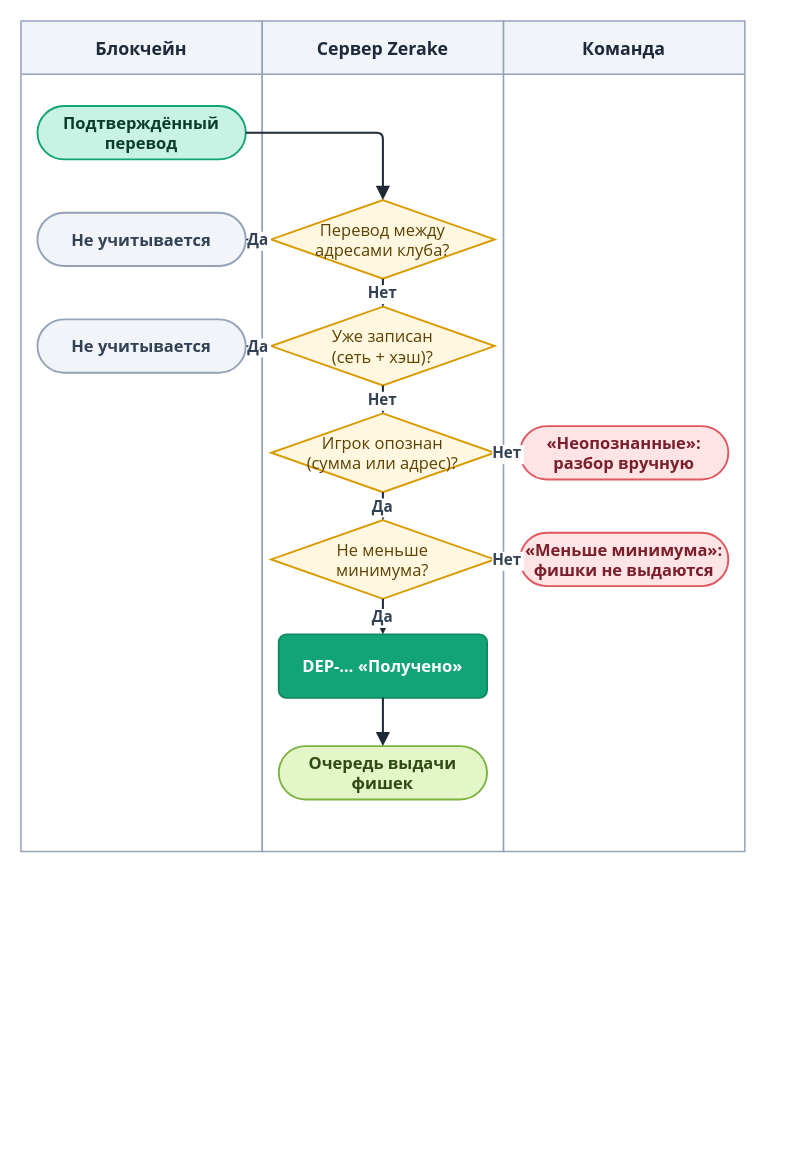
This is diagrams/drawio/detection.drawio from LILSUFFER/zerake-docs, a draw.io file, before an edit. Source tidied: cells renumbered, new cells numbered last; positions are measured from the earlier drawing's top-left corner, leaving out a move shared by most shapes. Both pictures are drawn from the tidied source at 127%, with x=0, y=0 at pixel (20, 20).
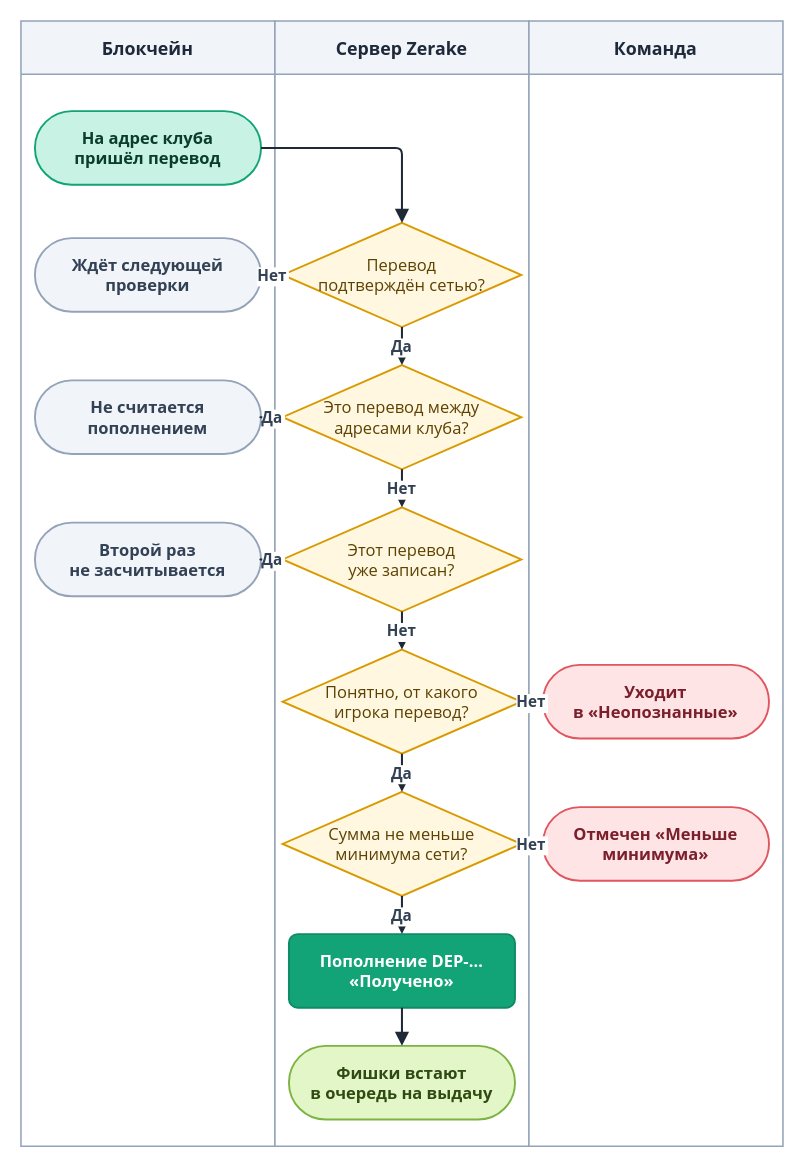
Above is the later version.

The edit, as a diff of the source:
```diff
@@
     <mxCell id="2" value="Блокчейн" style="swimlane;horizontal=1;startSize=42;fillColor=#F1F4F9;swimlaneFillColor=#FFFFFF;strokeColor=#94A3B8;fontColor=#1E293B;fontStyle=1;fontSize=14;fontFamily=Segoe UI;strokeWidth=1.2;" parent="1" vertex="1">
-      <mxGeometry width="190" height="654" as="geometry" />
+      <mxGeometry width="200" height="886" as="geometry" />
     </mxCell>
     <mxCell id="3" value="Сервер Zerake" style="swimlane;horizontal=1;startSize=42;fillColor=#F1F4F9;swimlaneFillColor=#FFFFFF;strokeColor=#94A3B8;fontColor=#1E293B;fontStyle=1;fontSize=14;fontFamily=Segoe UI;strokeWidth=1.2;" parent="1" vertex="1">
-      <mxGeometry x="190" width="190" height="654" as="geometry" />
+      <mxGeometry x="200" width="200" height="886" as="geometry" />
     </mxCell>
     <mxCell id="4" value="Команда" style="swimlane;horizontal=1;startSize=42;fillColor=#F1F4F9;swimlaneFillColor=#FFFFFF;strokeColor=#94A3B8;fontColor=#1E293B;fontStyle=1;fontSize=14;fontFamily=Segoe UI;strokeWidth=1.2;" parent="1" vertex="1">
-      <mxGeometry x="380" width="190" height="654" as="geometry" />
+      <mxGeometry x="400" width="200" height="886" as="geometry" />
     </mxCell>
-    <mxCell id="5" value="Подтверждённый&#10;перевод" style="rounded=1;arcSize=50;html=0;fontStyle=1;fillColor=#C7F2E4;strokeColor=#12A477;fontColor=#0B3D2C;fontFamily=Segoe UI;fontSize=13;strokeWidth=1.5;" parent="1" vertex="1">
-      <mxGeometry x="13" y="67" width="164" height="42" as="geometry" />
+    <mxCell id="5" value="На адрес клуба&#10;пришёл перевод" style="rounded=1;arcSize=50;html=0;fontStyle=1;fillColor=#C7F2E4;strokeColor=#12A477;fontColor=#0B3D2C;fontFamily=Segoe UI;fontSize=13;strokeWidth=1.5;" parent="1" vertex="1">
+      <mxGeometry x="11" y="71" width="178" height="58" as="geometry" />
     </mxCell>
+    <mxCell id="26" value="Перевод&#10;подтверждён сетью?" style="rhombus;html=0;fillColor=#FFF7E0;strokeColor=#D99A00;fontColor=#5C4100;fontFamily=Segoe UI;fontSize=13;strokeWidth=1.5;" parent="1" vertex="1">
+      <mxGeometry x="206" y="159" width="188" height="82" as="geometry" />
+    </mxCell>
+    <mxCell id="27" value="Ждёт следующей&#10;проверки" style="rounded=1;arcSize=50;html=0;fontStyle=1;fillColor=#F1F5F9;strokeColor=#94A3B8;fontColor=#334155;fontFamily=Segoe UI;fontSize=13;strokeWidth=1.5;" parent="1" vertex="1">
+      <mxGeometry x="11" y="171" width="178" height="58" as="geometry" />
+    </mxCell>
-    <mxCell id="6" value="Перевод между&#10;адресами клуба?" style="rhombus;html=0;fillColor=#FFF7E0;strokeColor=#D99A00;fontColor=#5C4100;fontFamily=Segoe UI;fontSize=13;strokeWidth=1.5;" parent="1" vertex="1">
-      <mxGeometry x="197" y="141" width="176" height="62" as="geometry" />
+    <mxCell id="6" value="Это перевод между&#10;адресами клуба?" style="rhombus;html=0;fillColor=#FFF7E0;strokeColor=#D99A00;fontColor=#5C4100;fontFamily=Segoe UI;fontSize=13;strokeWidth=1.5;" parent="1" vertex="1">
+      <mxGeometry x="206" y="271" width="188" height="82" as="geometry" />
     </mxCell>
-    <mxCell id="7" value="Не учитывается" style="rounded=1;arcSize=50;html=0;fontStyle=1;fillColor=#F1F5F9;strokeColor=#94A3B8;fontColor=#334155;fontFamily=Segoe UI;fontSize=13;strokeWidth=1.5;" parent="1" vertex="1">
-      <mxGeometry x="13" y="151" width="164" height="42" as="geometry" />
+    <mxCell id="7" value="Не считается&#10;пополнением" style="rounded=1;arcSize=50;html=0;fontStyle=1;fillColor=#F1F5F9;strokeColor=#94A3B8;fontColor=#334155;fontFamily=Segoe UI;fontSize=13;strokeWidth=1.5;" parent="1" vertex="1">
+      <mxGeometry x="11" y="283" width="178" height="58" as="geometry" />
     </mxCell>
-    <mxCell id="8" value="Уже записан&#10;(сеть + хэш)?" style="rhombus;html=0;fillColor=#FFF7E0;strokeColor=#D99A00;fontColor=#5C4100;fontFamily=Segoe UI;fontSize=13;strokeWidth=1.5;" parent="1" vertex="1">
-      <mxGeometry x="197" y="225" width="176" height="62" as="geometry" />
+    <mxCell id="8" value="Этот перевод&#10;уже записан?" style="rhombus;html=0;fillColor=#FFF7E0;strokeColor=#D99A00;fontColor=#5C4100;fontFamily=Segoe UI;fontSize=13;strokeWidth=1.5;" parent="1" vertex="1">
+      <mxGeometry x="206" y="383" width="188" height="82" as="geometry" />
     </mxCell>
-    <mxCell id="9" value="Не учитывается" style="rounded=1;arcSize=50;html=0;fontStyle=1;fillColor=#F1F5F9;strokeColor=#94A3B8;fontColor=#334155;fontFamily=Segoe UI;fontSize=13;strokeWidth=1.5;" parent="1" vertex="1">
-      <mxGeometry x="13" y="235" width="164" height="42" as="geometry" />
+    <mxCell id="9" value="Второй раз&#10;не засчитывается" style="rounded=1;arcSize=50;html=0;fontStyle=1;fillColor=#F1F5F9;strokeColor=#94A3B8;fontColor=#334155;fontFamily=Segoe UI;fontSize=13;strokeWidth=1.5;" parent="1" vertex="1">
+      <mxGeometry x="11" y="395" width="178" height="58" as="geometry" />
     </mxCell>
-    <mxCell id="10" value="Игрок опознан&#10;(сумма или адрес)?" style="rhombus;html=0;fillColor=#FFF7E0;strokeColor=#D99A00;fontColor=#5C4100;fontFamily=Segoe UI;fontSize=13;strokeWidth=1.5;" parent="1" vertex="1">
-      <mxGeometry x="197" y="309" width="176" height="62" as="geometry" />
+    <mxCell id="10" value="Понятно, от какого&#10;игрока перевод?" style="rhombus;html=0;fillColor=#FFF7E0;strokeColor=#D99A00;fontColor=#5C4100;fontFamily=Segoe UI;fontSize=13;strokeWidth=1.5;" parent="1" vertex="1">
+      <mxGeometry x="206" y="495" width="188" height="82" as="geometry" />
     </mxCell>
-    <mxCell id="11" value="«Неопознанные»:&#10;разбор вручную" style="rounded=1;arcSize=50;html=0;fontStyle=1;fillColor=#FFE4E6;strokeColor=#E0565F;fontColor=#7A1F2B;fontFamily=Segoe UI;fontSize=13;strokeWidth=1.5;" parent="1" vertex="1">
-      <mxGeometry x="393" y="319" width="164" height="42" as="geometry" />
+    <mxCell id="11" value="Уходит&#10;в «Неопознанные»" style="rounded=1;arcSize=50;html=0;fontStyle=1;fillColor=#FFE4E6;strokeColor=#E0565F;fontColor=#7A1F2B;fontFamily=Segoe UI;fontSize=13;strokeWidth=1.5;" parent="1" vertex="1">
+      <mxGeometry x="411" y="507" width="178" height="58" as="geometry" />
     </mxCell>
-    <mxCell id="12" value="Не меньше&#10;минимума?" style="rhombus;html=0;fillColor=#FFF7E0;strokeColor=#D99A00;fontColor=#5C4100;fontFamily=Segoe UI;fontSize=13;strokeWidth=1.5;" parent="1" vertex="1">
-      <mxGeometry x="197" y="393" width="176" height="62" as="geometry" />
+    <mxCell id="12" value="Сумма не меньше&#10;минимума сети?" style="rhombus;html=0;fillColor=#FFF7E0;strokeColor=#D99A00;fontColor=#5C4100;fontFamily=Segoe UI;fontSize=13;strokeWidth=1.5;" parent="1" vertex="1">
+      <mxGeometry x="206" y="607" width="188" height="82" as="geometry" />
     </mxCell>
-    <mxCell id="13" value="«Меньше минимума»:&#10;фишки не выдаются" style="rounded=1;arcSize=50;html=0;fontStyle=1;fillColor=#FFE4E6;strokeColor=#E0565F;fontColor=#7A1F2B;fontFamily=Segoe UI;fontSize=13;strokeWidth=1.5;" parent="1" vertex="1">
-      <mxGeometry x="393" y="403" width="164" height="42" as="geometry" />
+    <mxCell id="13" value="Отмечен «Меньше&#10;минимума»" style="rounded=1;arcSize=50;html=0;fontStyle=1;fillColor=#FFE4E6;strokeColor=#E0565F;fontColor=#7A1F2B;fontFamily=Segoe UI;fontSize=13;strokeWidth=1.5;" parent="1" vertex="1">
+      <mxGeometry x="411" y="619" width="178" height="58" as="geometry" />
     </mxCell>
-    <mxCell id="14" value="DEP-… «Получено»" style="rounded=1;arcSize=12;html=0;fillColor=#12A477;strokeColor=#0F8A63;fontColor=#FFFFFF;fontStyle=1;fontFamily=Segoe UI;fontSize=13;strokeWidth=1.5;" parent="1" vertex="1">
-      <mxGeometry x="203" y="483" width="164" height="50" as="geometry" />
+    <mxCell id="14" value="Пополнение DEP-…&#10;«Получено»" style="rounded=1;arcSize=12;html=0;fillColor=#12A477;strokeColor=#0F8A63;fontColor=#FFFFFF;fontStyle=1;fontFamily=Segoe UI;fontSize=13;strokeWidth=1.5;" parent="1" vertex="1">
+      <mxGeometry x="211" y="719" width="178" height="58" as="geometry" />
     </mxCell>
-    <mxCell id="15" value="Очередь выдачи&#10;фишек" style="rounded=1;arcSize=50;html=0;fontStyle=1;fillColor=#E3F6C8;strokeColor=#7CB342;fontColor=#2F4A12;fontFamily=Segoe UI;fontSize=13;strokeWidth=1.5;" parent="1" vertex="1">
-      <mxGeometry x="203" y="571" width="164" height="42" as="geometry" />
+    <mxCell id="15" value="Фишки встают&#10;в очередь на выдачу" style="rounded=1;arcSize=50;html=0;fontStyle=1;fillColor=#E3F6C8;strokeColor=#7CB342;fontColor=#2F4A12;fontFamily=Segoe UI;fontSize=13;strokeWidth=1.5;" parent="1" vertex="1">
+      <mxGeometry x="211" y="807" width="178" height="58" as="geometry" />
     </mxCell>
-    <mxCell id="16" style="edgeStyle=orthogonalEdgeStyle;rounded=1;arcSize=10;jettySize=auto;html=0;strokeColor=#1F2937;strokeWidth=1.6;endArrow=block;endFill=1;endSize=7;fontFamily=Segoe UI;fontSize=12;fontStyle=1;fontColor=#334155;labelBackgroundColor=#FFFFFF;" parent="1" edge="1" source="5" target="6">
+    <mxCell id="16" style="edgeStyle=orthogonalEdgeStyle;rounded=1;arcSize=10;jettySize=auto;html=0;strokeColor=#1F2937;strokeWidth=1.6;endArrow=block;endFill=1;endSize=7;fontFamily=Segoe UI;fontSize=12;fontStyle=1;fontColor=#334155;labelBackgroundColor=#FFFFFF;" parent="1" edge="1" source="5" target="26">
       <mxGeometry relative="1" as="geometry" />
     </mxCell>
-    <mxCell id="17" value="Да" style="edgeStyle=orthogonalEdgeStyle;rounded=1;arcSize=10;jettySize=auto;html=0;strokeColor=#1F2937;strokeWidth=1.6;endArrow=block;endFill=1;endSize=7;fontFamily=Segoe UI;fontSize=12;fontStyle=1;fontColor=#334155;labelBackgroundColor=#FFFFFF;" parent="1" edge="1" source="6" target="7">
+    <mxCell id="17" value="Нет" style="edgeStyle=orthogonalEdgeStyle;rounded=1;arcSize=10;jettySize=auto;html=0;strokeColor=#1F2937;strokeWidth=1.6;endArrow=block;endFill=1;endSize=7;fontFamily=Segoe UI;fontSize=12;fontStyle=1;fontColor=#334155;labelBackgroundColor=#FFFFFF;" parent="1" edge="1" source="26" target="27">
       <mxGeometry relative="1" as="geometry" />
     </mxCell>
-    <mxCell id="18" value="Нет" style="edgeStyle=orthogonalEdgeStyle;rounded=1;arcSize=10;jettySize=auto;html=0;strokeColor=#1F2937;strokeWidth=1.6;endArrow=block;endFill=1;endSize=7;fontFamily=Segoe UI;fontSize=12;fontStyle=1;fontColor=#334155;labelBackgroundColor=#FFFFFF;" parent="1" edge="1" source="6" target="8">
+    <mxCell id="18" value="Да" style="edgeStyle=orthogonalEdgeStyle;rounded=1;arcSize=10;jettySize=auto;html=0;strokeColor=#1F2937;strokeWidth=1.6;endArrow=block;endFill=1;endSize=7;fontFamily=Segoe UI;fontSize=12;fontStyle=1;fontColor=#334155;labelBackgroundColor=#FFFFFF;" parent="1" edge="1" source="26" target="6">
       <mxGeometry relative="1" as="geometry" />
     </mxCell>
-    <mxCell id="19" value="Да" style="edgeStyle=orthogonalEdgeStyle;rounded=1;arcSize=10;jettySize=auto;html=0;strokeColor=#1F2937;strokeWidth=1.6;endArrow=block;endFill=1;endSize=7;fontFamily=Segoe UI;fontSize=12;fontStyle=1;fontColor=#334155;labelBackgroundColor=#FFFFFF;" parent="1" edge="1" source="8" target="9">
+    <mxCell id="19" value="Да" style="edgeStyle=orthogonalEdgeStyle;rounded=1;arcSize=10;jettySize=auto;html=0;strokeColor=#1F2937;strokeWidth=1.6;endArrow=block;endFill=1;endSize=7;fontFamily=Segoe UI;fontSize=12;fontStyle=1;fontColor=#334155;labelBackgroundColor=#FFFFFF;" parent="1" edge="1" source="6" target="7">
       <mxGeometry relative="1" as="geometry" />
     </mxCell>
-    <mxCell id="20" value="Нет" style="edgeStyle=orthogonalEdgeStyle;rounded=1;arcSize=10;jettySize=auto;html=0;strokeColor=#1F2937;strokeWidth=1.6;endArrow=block;endFill=1;endSize=7;fontFamily=Segoe UI;fontSize=12;fontStyle=1;fontColor=#334155;labelBackgroundColor=#FFFFFF;" parent="1" edge="1" source="8" target="10">
+    <mxCell id="20" value="Нет" style="edgeStyle=orthogonalEdgeStyle;rounded=1;arcSize=10;jettySize=auto;html=0;strokeColor=#1F2937;strokeWidth=1.6;endArrow=block;endFill=1;endSize=7;fontFamily=Segoe UI;fontSize=12;fontStyle=1;fontColor=#334155;labelBackgroundColor=#FFFFFF;" parent="1" edge="1" source="6" target="8">
       <mxGeometry relative="1" as="geometry" />
     </mxCell>
-    <mxCell id="21" value="Нет" style="edgeStyle=orthogonalEdgeStyle;rounded=1;arcSize=10;jettySize=auto;html=0;strokeColor=#1F2937;strokeWidth=1.6;endArrow=block;endFill=1;endSize=7;fontFamily=Segoe UI;fontSize=12;fontStyle=1;fontColor=#334155;labelBackgroundColor=#FFFFFF;" parent="1" edge="1" source="10" target="11">
+    <mxCell id="21" value="Да" style="edgeStyle=orthogonalEdgeStyle;rounded=1;arcSize=10;jettySize=auto;html=0;strokeColor=#1F2937;strokeWidth=1.6;endArrow=block;endFill=1;endSize=7;fontFamily=Segoe UI;fontSize=12;fontStyle=1;fontColor=#334155;labelBackgroundColor=#FFFFFF;" parent="1" edge="1" source="8" target="9">
       <mxGeometry relative="1" as="geometry" />
     </mxCell>
-    <mxCell id="22" value="Да" style="edgeStyle=orthogonalEdgeStyle;rounded=1;arcSize=10;jettySize=auto;html=0;strokeColor=#1F2937;strokeWidth=1.6;endArrow=block;endFill=1;endSize=7;fontFamily=Segoe UI;fontSize=12;fontStyle=1;fontColor=#334155;labelBackgroundColor=#FFFFFF;" parent="1" edge="1" source="10" target="12">
+    <mxCell id="22" value="Нет" style="edgeStyle=orthogonalEdgeStyle;rounded=1;arcSize=10;jettySize=auto;html=0;strokeColor=#1F2937;strokeWidth=1.6;endArrow=block;endFill=1;endSize=7;fontFamily=Segoe UI;fontSize=12;fontStyle=1;fontColor=#334155;labelBackgroundColor=#FFFFFF;" parent="1" edge="1" source="8" target="10">
       <mxGeometry relative="1" as="geometry" />
     </mxCell>
-    <mxCell id="23" value="Нет" style="edgeStyle=orthogonalEdgeStyle;rounded=1;arcSize=10;jettySize=auto;html=0;strokeColor=#1F2937;strokeWidth=1.6;endArrow=block;endFill=1;endSize=7;fontFamily=Segoe UI;fontSize=12;fontStyle=1;fontColor=#334155;labelBackgroundColor=#FFFFFF;" parent="1" edge="1" source="12" target="13">
+    <mxCell id="23" value="Нет" style="edgeStyle=orthogonalEdgeStyle;rounded=1;arcSize=10;jettySize=auto;html=0;strokeColor=#1F2937;strokeWidth=1.6;endArrow=block;endFill=1;endSize=7;fontFamily=Segoe UI;fontSize=12;fontStyle=1;fontColor=#334155;labelBackgroundColor=#FFFFFF;" parent="1" edge="1" source="10" target="11">
       <mxGeometry relative="1" as="geometry" />
     </mxCell>
-    <mxCell id="24" value="Да" style="edgeStyle=orthogonalEdgeStyle;rounded=1;arcSize=10;jettySize=auto;html=0;strokeColor=#1F2937;strokeWidth=1.6;endArrow=block;endFill=1;endSize=7;fontFamily=Segoe UI;fontSize=12;fontStyle=1;fontColor=#334155;labelBackgroundColor=#FFFFFF;" parent="1" edge="1" source="12" target="14">
+    <mxCell id="24" value="Да" style="edgeStyle=orthogonalEdgeStyle;rounded=1;arcSize=10;jettySize=auto;html=0;strokeColor=#1F2937;strokeWidth=1.6;endArrow=block;endFill=1;endSize=7;fontFamily=Segoe UI;fontSize=12;fontStyle=1;fontColor=#334155;labelBackgroundColor=#FFFFFF;" parent="1" edge="1" source="10" target="12">
       <mxGeometry relative="1" as="geometry" />
     </mxCell>
-    <mxCell id="25" style="edgeStyle=orthogonalEdgeStyle;rounded=1;arcSize=10;jettySize=auto;html=0;strokeColor=#1F2937;strokeWidth=1.6;endArrow=block;endFill=1;endSize=7;fontFamily=Segoe UI;fontSize=12;fontStyle=1;fontColor=#334155;labelBackgroundColor=#FFFFFF;" parent="1" edge="1" source="14" target="15">
+    <mxCell id="25" value="Нет" style="edgeStyle=orthogonalEdgeStyle;rounded=1;arcSize=10;jettySize=auto;html=0;strokeColor=#1F2937;strokeWidth=1.6;endArrow=block;endFill=1;endSize=7;fontFamily=Segoe UI;fontSize=12;fontStyle=1;fontColor=#334155;labelBackgroundColor=#FFFFFF;" parent="1" edge="1" source="12" target="13">
       <mxGeometry relative="1" as="geometry" />
     </mxCell>
+    <mxCell id="28" value="Да" style="edgeStyle=orthogonalEdgeStyle;rounded=1;arcSize=10;jettySize=auto;html=0;strokeColor=#1F2937;strokeWidth=1.6;endArrow=block;endFill=1;endSize=7;fontFamily=Segoe UI;fontSize=12;fontStyle=1;fontColor=#334155;labelBackgroundColor=#FFFFFF;" parent="1" edge="1" source="12" target="14">
+      <mxGeometry relative="1" as="geometry" />
+    </mxCell>
+    <mxCell id="29" style="edgeStyle=orthogonalEdgeStyle;rounded=1;arcSize=10;jettySize=auto;html=0;strokeColor=#1F2937;strokeWidth=1.6;endArrow=block;endFill=1;endSize=7;fontFamily=Segoe UI;fontSize=12;fontStyle=1;fontColor=#334155;labelBackgroundColor=#FFFFFF;" parent="1" edge="1" source="14" target="15">
+      <mxGeometry relative="1" as="geometry" />
+    </mxCell>
```
